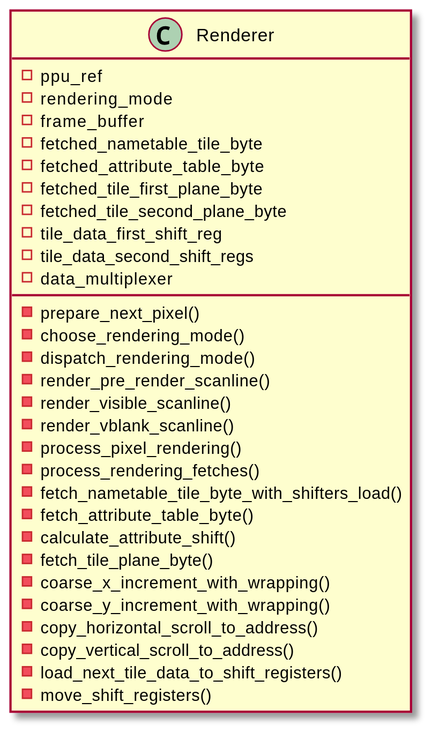
This is doc/renderer/renderer.svg from Enigma717/yume-nes, a PlantUML export, as it was before one commit.
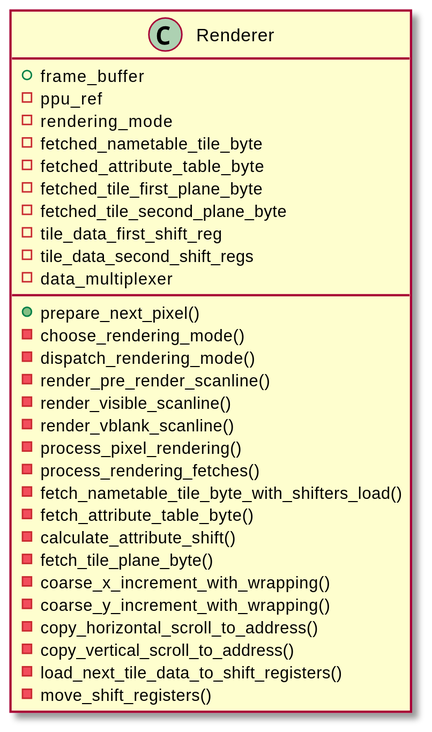
The same file after the commit.

Commit message:
Remove friendship with PPU class in Renderer

What changed in the source:
```diff
@@ -3,9 +3,9 @@
 hide empty members
 
 class Renderer {
++ frame_buffer
 - ppu_ref
 - rendering_mode
-- frame_buffer
 - fetched_nametable_tile_byte
 - fetched_attribute_table_byte
 - fetched_tile_first_plane_byte
@@ -14,7 +14,7 @@
 - tile_data_second_shift_regs
 - data_multiplexer
 
-- prepare_next_pixel()
++ prepare_next_pixel()
 - choose_rendering_mode()
 - dispatch_rendering_mode()
 - render_pre_render_scanline()
```
